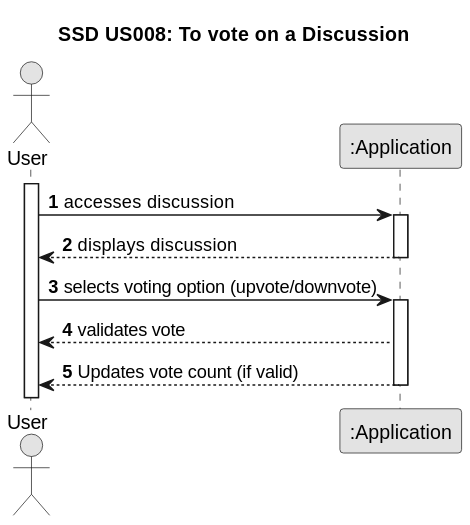
The PlantUML diagram docs/sprint01/us008/01.requirements-engineering/svg/us008-system-sequence-diagram.svg in TiagoMagalhaes1232507/Testando-projeto, before a commit. Source of this version:
```plantuml
@startuml
skinparam monochrome true
skinparam packageStyle rectangle
skinparam shadowing false

title SSD US008: To vote on a Discussion

autonumber

actor "User" as User
participant ":Application" as System

activate User

    User -> System : accesses discussion
    activate System

        System --> User : displays discussion
    deactivate System

    User -> System : selects voting option (upvote/downvote)
    activate System

        System --> User : validates vote

        System --> User : Updates vote count (if valid)
    deactivate System
@enduml
```
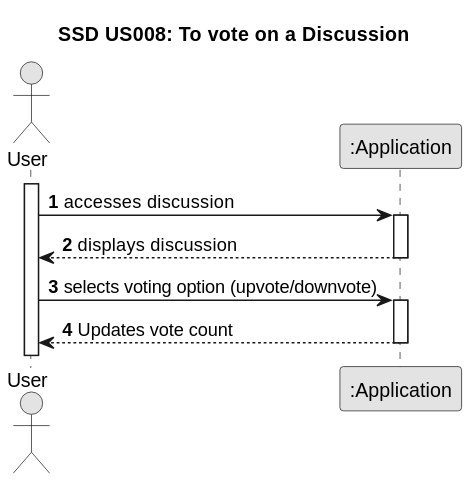
Later version of the same file.

Diff of the diagram source:
```diff
@@ -21,8 +21,6 @@
     User -> System : selects voting option (upvote/downvote)
     activate System
 
-        System --> User : validates vote
-
-        System --> User : Updates vote count (if valid)
+        System --> User : Updates vote count
     deactivate System
 @enduml
```
